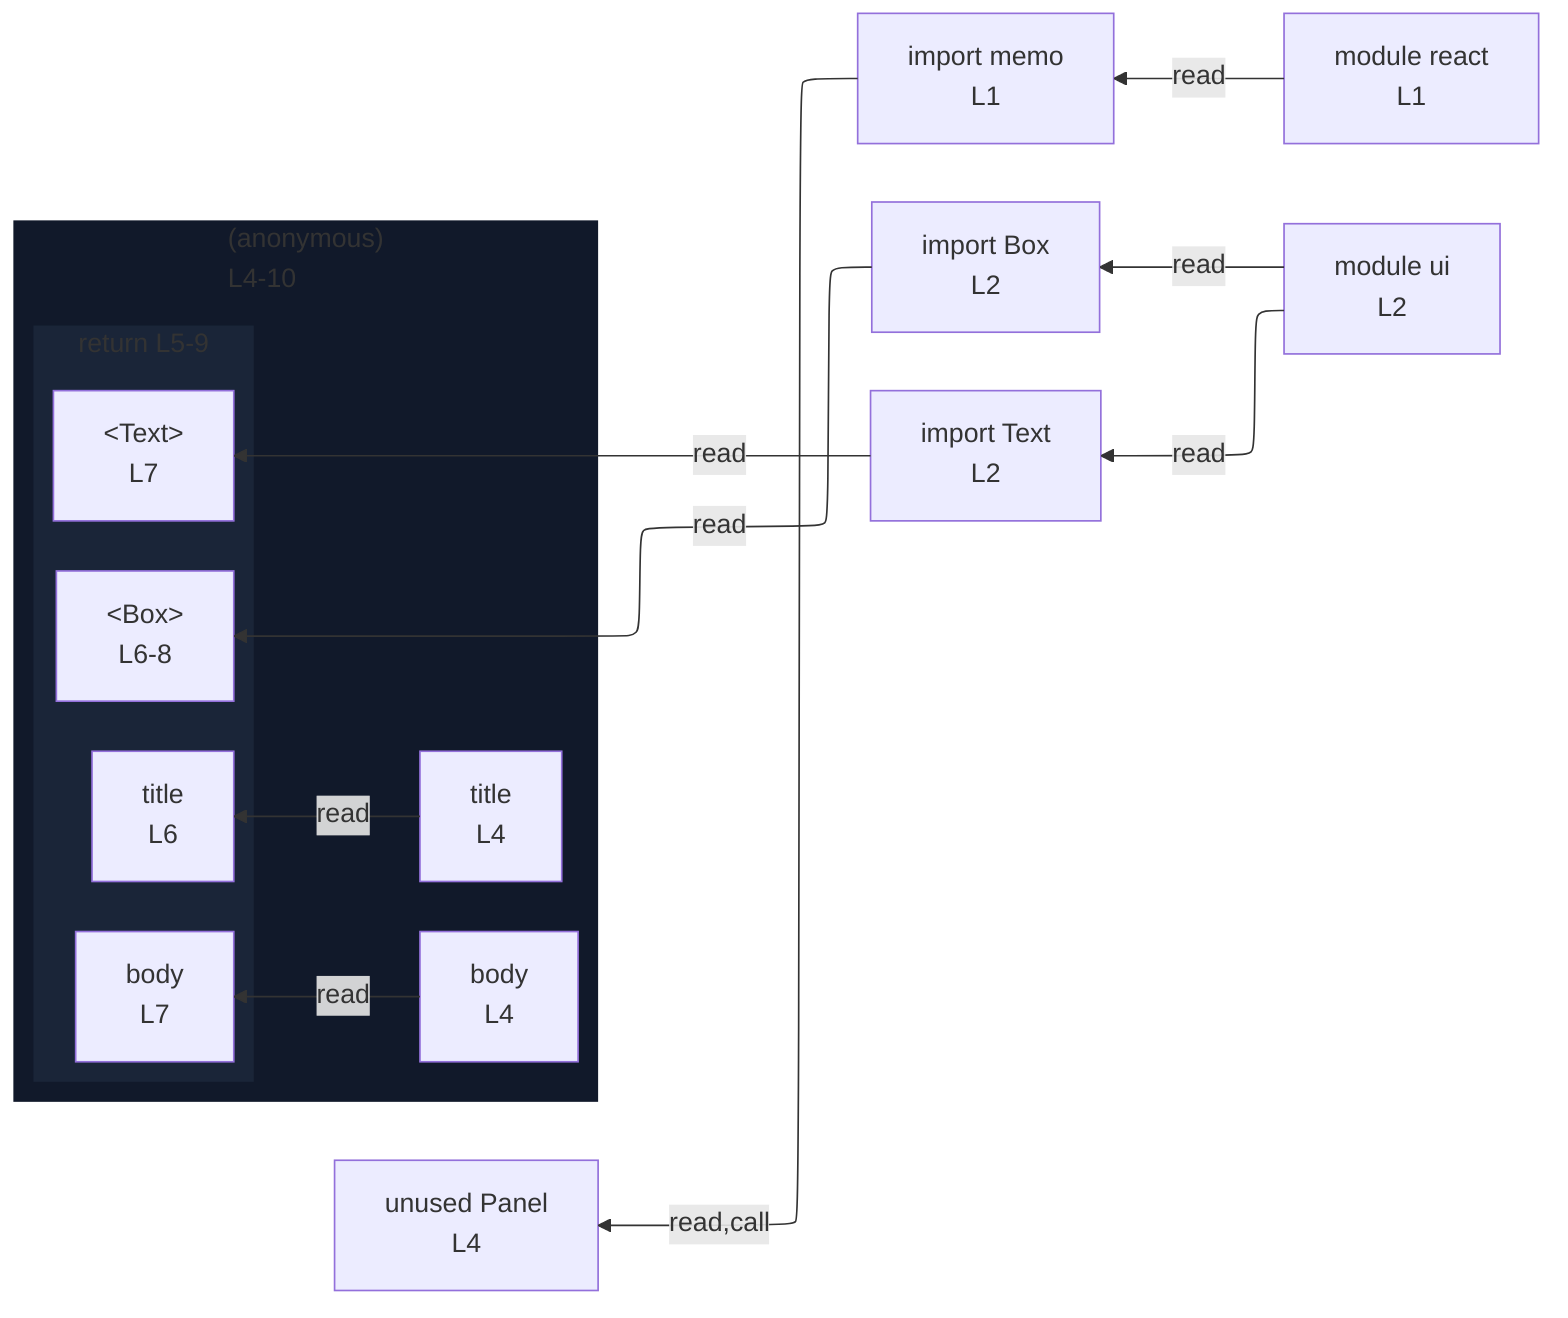
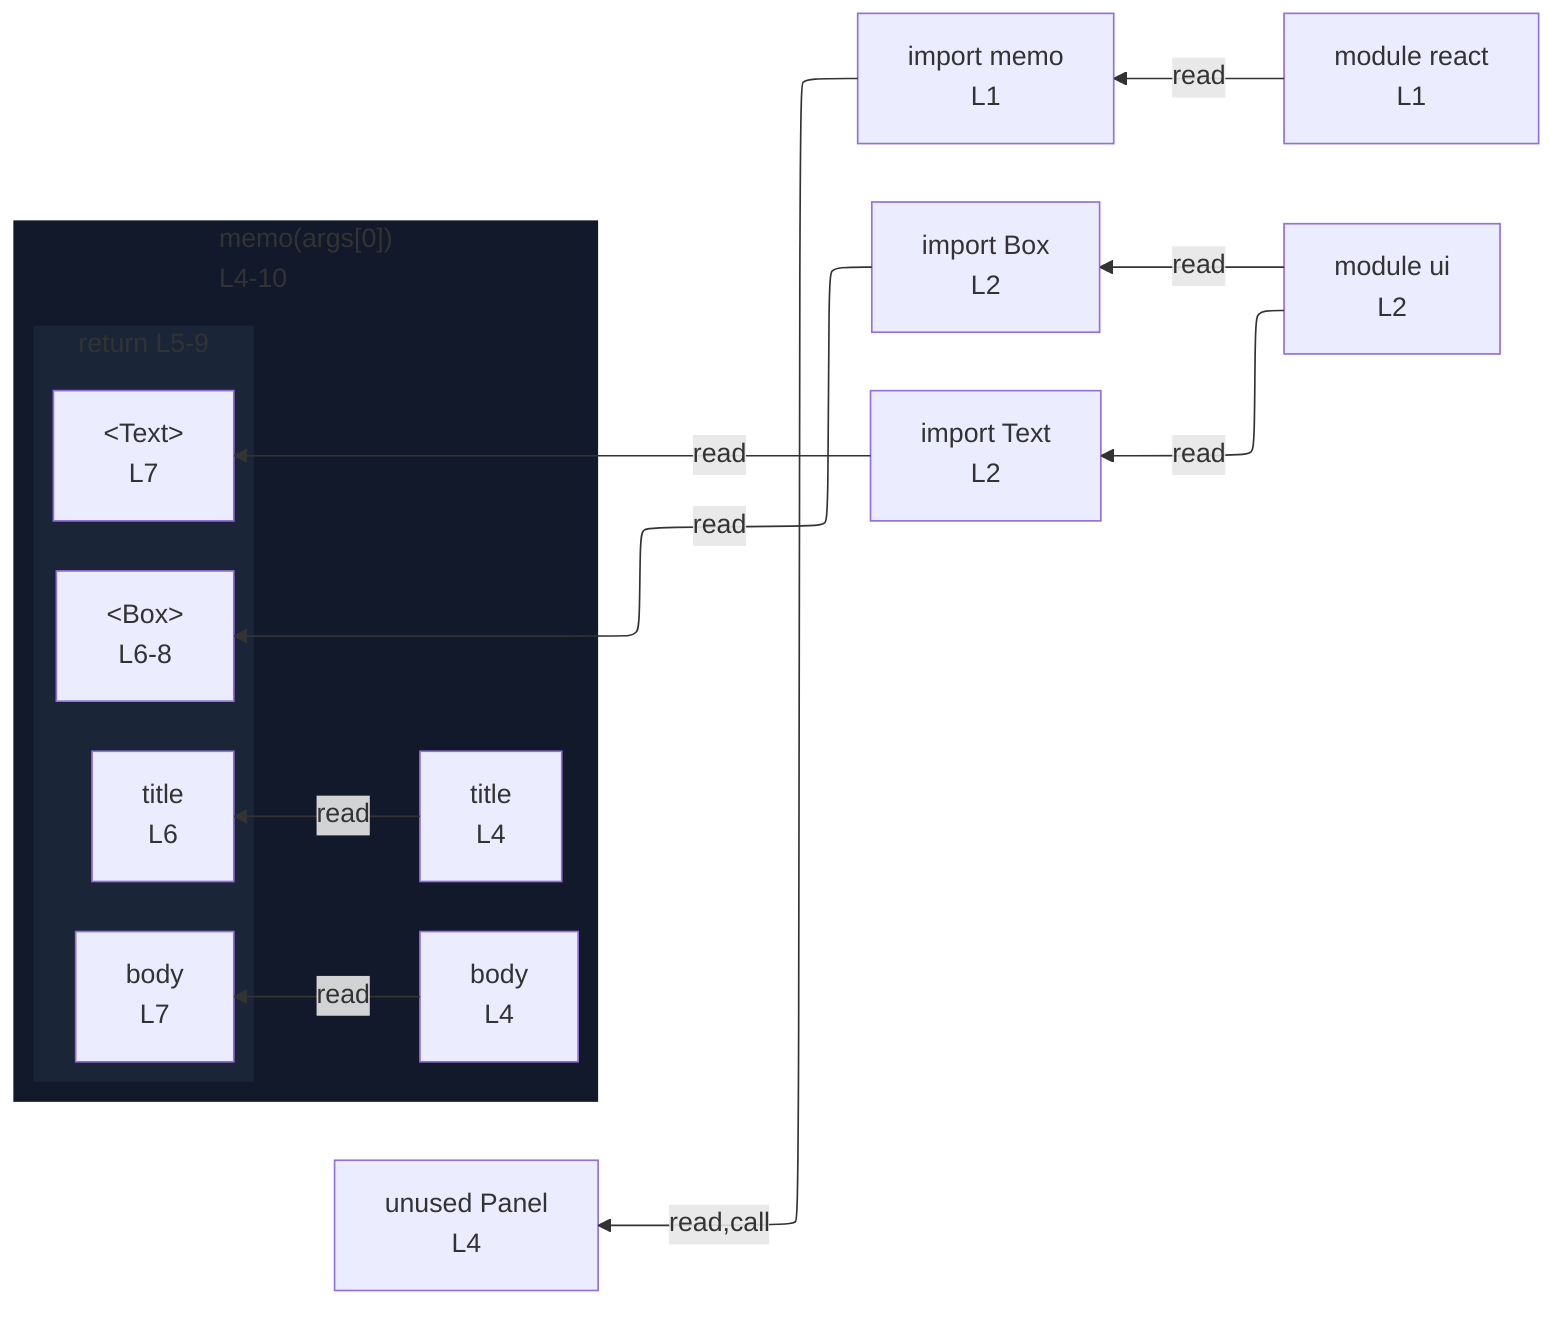
%%{init: {"flowchart": {"defaultRenderer": "elk"}}}%%
flowchart RL
  n_scope_0_memo_9["import memo<br/>L1"]
  n_scope_0_Box_39["import Box<br/>L2"]
  n_scope_0_Text_44["import Text<br/>L2"]
  n_scope_0_Panel_76["unused Panel<br/>L4"]
-   subgraph s_scope_1["(anonymous)<br/>L4-10"]
+   subgraph s_scope_1["memo(args[0])<br/>L4-10"]
    direction RL
    n_scope_1_title_90["title<br/>L4"]
    n_scope_1_body_105["body<br/>L4"]
    subgraph s_return_scope_1_126_200["return L5-9"]
      direction RL
      ret_use_ref_2["&lt;Box&gt;<br/>L6-8"]
      ret_use_ref_3["title<br/>L6"]
      ret_use_ref_4["&lt;Text&gt;<br/>L7"]
      ret_use_ref_5["body<br/>L7"]
    end
  end
  n_scope_0_memo_9 -->|read,call| n_scope_0_Panel_76
  n_scope_0_Box_39 -->|read| ret_use_ref_2
  n_scope_1_title_90 -->|read| ret_use_ref_3
  n_scope_0_Text_44 -->|read| ret_use_ref_4
  n_scope_1_body_105 -->|read| ret_use_ref_5
  mod_react["module react<br/>L1"]
  mod_ui["module ui<br/>L2"]
  mod_react -->|read| n_scope_0_memo_9
  mod_ui -->|read| n_scope_0_Box_39
  mod_ui -->|read| n_scope_0_Text_44
  classDef nestL1 fill:#11192a,stroke:transparent;
  class s_scope_1 nestL1;
  classDef nestL2 fill:#1a2538,stroke:transparent;
  class s_return_scope_1_126_200 nestL2;
